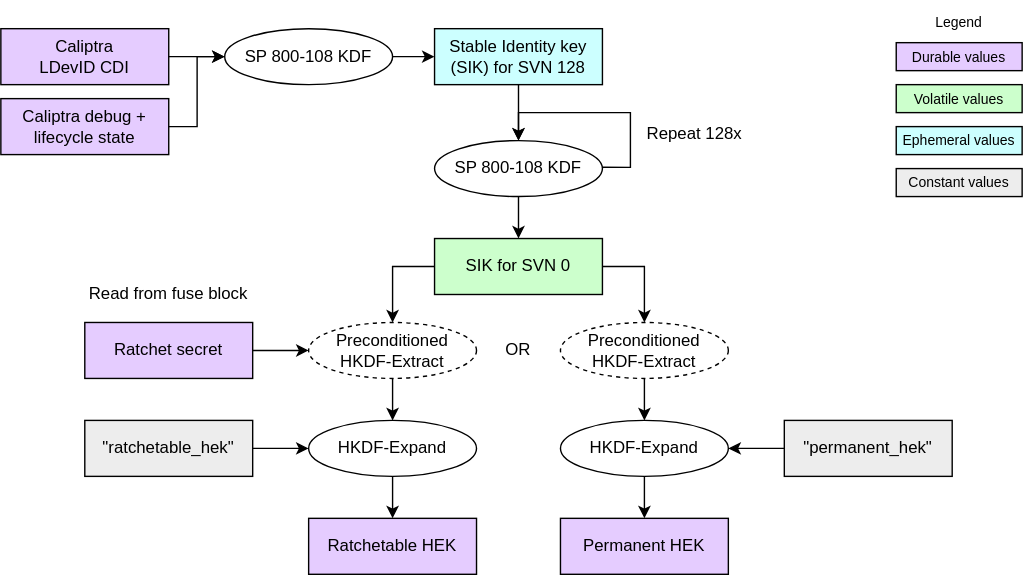
The draw.io diagram doc/ocp_lock/diagrams/hek_derivation.drawio.svg in chipsalliance/Caliptra, before a commit. Source tidied: cells renumbered, new cells last; positions are measured from the earlier drawing's top-left corner, leaving out a move shared by most shapes.
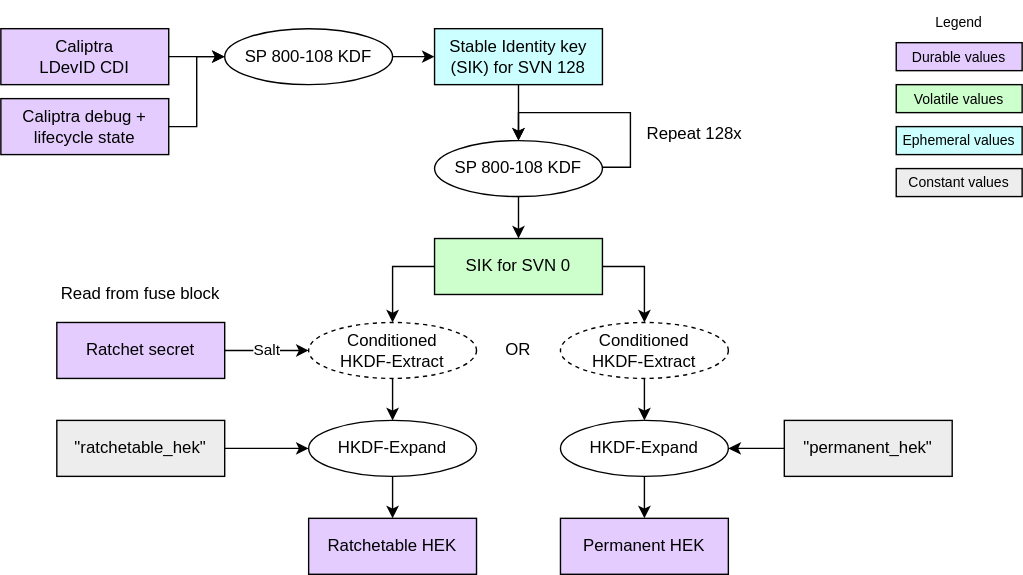
After the change.

Commit message:
Modify the HKDF key mixing operation to use the salt.

Change to the diagram source:
```diff
@@ -2,24 +2,24 @@
   <root>
     <mxCell id="0" />
     <mxCell id="1" parent="0" />
-    <mxCell id="2" value="&lt;div&gt;&lt;span style=&quot;background-color: transparent;&quot;&gt;&lt;font color=&quot;#000000&quot;&gt;SIK&lt;/font&gt; for SVN 0&lt;/span&gt;&lt;/div&gt;" style="rounded=0;whiteSpace=wrap;html=1;align=center;verticalAlign=middle;shadow=0;glass=0;spacingLeft=0;spacingBottom=0;spacingTop=0;fillColor=#CCFFCC;" parent="1" vertex="1">
-      <mxGeometry x="310" y="170" width="120" height="40" as="geometry" />
-    </mxCell>
+    <mxCell id="39" value="&lt;div&gt;&lt;span style=&quot;background-color: transparent;&quot;&gt;&lt;font color=&quot;#000000&quot;&gt;SIK&lt;/font&gt; for SVN 0&lt;/span&gt;&lt;/div&gt;" style="rounded=0;whiteSpace=wrap;html=1;align=center;verticalAlign=middle;shadow=0;glass=0;spacingLeft=0;spacingBottom=0;spacingTop=0;fillColor=#CCFFCC;" parent="1" vertex="1">
+      <mxGeometry x="310" y="170" width="120" height="40" as="geometry" />
+    </mxCell>
     <mxCell id="3" value="&lt;div&gt;&lt;font color=&quot;#000000&quot;&gt;Ratchet&amp;nbsp;&lt;/font&gt;&lt;span style=&quot;background-color: transparent;&quot;&gt;secret&lt;/span&gt;&lt;/div&gt;" style="rounded=0;whiteSpace=wrap;html=1;align=center;verticalAlign=middle;shadow=0;glass=0;spacingLeft=0;spacingBottom=0;spacingTop=0;fillColor=#E5CCFF;" parent="1" vertex="1">
-      <mxGeometry x="60" y="230" width="120" height="40" as="geometry" />
+      <mxGeometry x="40" y="230" width="120" height="40" as="geometry" />
     </mxCell>
-    <mxCell id="4" value="Preconditioned HKDF-Extract" style="ellipse;whiteSpace=wrap;html=1;fillColor=#FFFFFF;dashed=1;" parent="1" vertex="1">
-      <mxGeometry x="220" y="230" width="120" height="40" as="geometry" />
-    </mxCell>
+    <mxCell id="40" value="&lt;span style=&quot;color: rgb(0, 0, 0);&quot;&gt;Conditioned&lt;/span&gt;&lt;div&gt;HKDF-Extract&lt;/div&gt;" style="ellipse;whiteSpace=wrap;html=1;fillColor=#FFFFFF;dashed=1;" parent="1" vertex="1">
+      <mxGeometry x="220" y="230" width="120" height="40" as="geometry" />
+    </mxCell>
     <mxCell id="5" value="HKDF-Expand" style="ellipse;whiteSpace=wrap;html=1;fillColor=#FFFFFF;" parent="1" vertex="1">
       <mxGeometry x="220" y="300" width="120" height="40" as="geometry" />
     </mxCell>
     <mxCell id="6" value="&lt;div&gt;&lt;font color=&quot;#000000&quot;&gt;Ratchetable HEK&lt;/font&gt;&lt;/div&gt;" style="rounded=0;whiteSpace=wrap;html=1;align=center;verticalAlign=middle;shadow=0;glass=0;spacingLeft=0;spacingBottom=0;spacingTop=0;fillColor=#E5CCFF;" parent="1" vertex="1">
       <mxGeometry x="220" y="370" width="120" height="40" as="geometry" />
     </mxCell>
-    <mxCell id="7" style="endArrow=classic;html=1;exitX=0.5;exitY=1;exitDx=0;exitDy=0;entryX=0.5;entryY=0;entryDx=0;entryDy=0;" parent="1" edge="1" source="4" target="5">
-      <mxGeometry relative="1" as="geometry" />
-    </mxCell>
+    <mxCell id="41" style="endArrow=classic;html=1;exitX=0.5;exitY=1;exitDx=0;exitDy=0;entryX=0.5;entryY=0;entryDx=0;entryDy=0;" parent="1" edge="1" source="40" target="5">
+      <mxGeometry relative="1" as="geometry" />
+    </mxCell>
     <mxCell id="8" style="endArrow=classic;html=1;exitX=0.5;exitY=1;exitDx=0;exitDy=0;entryX=0.5;entryY=0;entryDx=0;entryDy=0;" parent="1" edge="1" source="5" target="6">
       <mxGeometry relative="1" as="geometry" />
     </mxCell>
@@ -56,35 +56,35 @@
     <mxCell id="17" style="endArrow=classic;html=1;exitX=1;exitY=0.5;exitDx=0;exitDy=0;entryX=0;entryY=0.5;entryDx=0;entryDy=0;" parent="1" edge="1" source="15" target="9">
       <mxGeometry relative="1" as="geometry" />
     </mxCell>
-    <mxCell id="18" style="endArrow=classic;html=1;exitX=0.5;exitY=1;exitDx=0;exitDy=0;entryX=0.5;entryY=0;entryDx=0;entryDy=0;" parent="1" edge="1" source="11" target="2">
-      <mxGeometry relative="1" as="geometry" />
-    </mxCell>
-    <mxCell id="19" style="edgeStyle=elbowEdgeStyle;endArrow=classic;html=1;rounded=0;endSize=6;startSize=6;exitX=0;exitY=0.5;exitDx=0;exitDy=0;arcSize=20;entryX=0.5;entryY=0;entryDx=0;entryDy=0;elbow=vertical;" parent="1" edge="1" source="2" target="4">
-      <mxGeometry relative="1" as="geometry">
-        <Array as="points">
-          <mxPoint x="290" y="190" />
-        </Array>
-      </mxGeometry>
-    </mxCell>
-    <mxCell id="20" style="edgeStyle=elbowEdgeStyle;endArrow=classic;html=1;rounded=0;endSize=6;startSize=6;exitX=1;exitY=0.5;exitDx=0;exitDy=0;arcSize=20;entryX=0.5;entryY=0;entryDx=0;entryDy=0;elbow=vertical;" parent="1" edge="1" source="2" target="21">
-      <mxGeometry relative="1" as="geometry">
-        <Array as="points">
-          <mxPoint x="460" y="190" />
-        </Array>
-      </mxGeometry>
-    </mxCell>
-    <mxCell id="21" value="&lt;span style=&quot;color: rgb(0, 0, 0);&quot;&gt;Preconditioned&lt;/span&gt;&lt;div&gt;HKDF-Extract&lt;/div&gt;" style="ellipse;whiteSpace=wrap;html=1;fillColor=#FFFFFF;dashed=1;" parent="1" vertex="1">
-      <mxGeometry x="400" y="230" width="120" height="40" as="geometry" />
-    </mxCell>
+    <mxCell id="42" style="endArrow=classic;html=1;exitX=0.5;exitY=1;exitDx=0;exitDy=0;entryX=0.5;entryY=0;entryDx=0;entryDy=0;" parent="1" edge="1" source="11" target="39">
+      <mxGeometry relative="1" as="geometry" />
+    </mxCell>
+    <mxCell id="43" style="edgeStyle=elbowEdgeStyle;endArrow=classic;html=1;rounded=0;endSize=6;startSize=6;exitX=0;exitY=0.5;exitDx=0;exitDy=0;arcSize=20;entryX=0.5;entryY=0;entryDx=0;entryDy=0;elbow=vertical;" parent="1" edge="1" source="39" target="40">
+      <mxGeometry relative="1" as="geometry">
+        <Array as="points">
+          <mxPoint x="290" y="190" />
+        </Array>
+      </mxGeometry>
+    </mxCell>
+    <mxCell id="44" style="edgeStyle=elbowEdgeStyle;endArrow=classic;html=1;rounded=0;endSize=6;startSize=6;exitX=1;exitY=0.5;exitDx=0;exitDy=0;arcSize=20;entryX=0.5;entryY=0;entryDx=0;entryDy=0;elbow=vertical;" parent="1" edge="1" source="39" target="45">
+      <mxGeometry relative="1" as="geometry">
+        <Array as="points">
+          <mxPoint x="460" y="190" />
+        </Array>
+      </mxGeometry>
+    </mxCell>
+    <mxCell id="45" value="&lt;span style=&quot;color: rgb(0, 0, 0);&quot;&gt;Conditioned&lt;/span&gt;&lt;div&gt;HKDF-Extract&lt;/div&gt;" style="ellipse;whiteSpace=wrap;html=1;fillColor=#FFFFFF;dashed=1;" parent="1" vertex="1">
+      <mxGeometry x="400" y="230" width="120" height="40" as="geometry" />
+    </mxCell>
     <mxCell id="22" value="HKDF-Expand" style="ellipse;whiteSpace=wrap;html=1;fillColor=#FFFFFF;" parent="1" vertex="1">
       <mxGeometry x="400" y="300" width="120" height="40" as="geometry" />
     </mxCell>
     <mxCell id="23" value="&lt;div&gt;&lt;font color=&quot;#000000&quot;&gt;Permanent HEK&lt;/font&gt;&lt;/div&gt;" style="rounded=0;whiteSpace=wrap;html=1;align=center;verticalAlign=middle;shadow=0;glass=0;spacingLeft=0;spacingBottom=0;spacingTop=0;fillColor=#E5CCFF;" parent="1" vertex="1">
       <mxGeometry x="400" y="370" width="120" height="40" as="geometry" />
     </mxCell>
-    <mxCell id="24" style="endArrow=classic;html=1;exitX=0.5;exitY=1;exitDx=0;exitDy=0;entryX=0.5;entryY=0;entryDx=0;entryDy=0;" parent="1" edge="1" source="21" target="22">
-      <mxGeometry relative="1" as="geometry" />
-    </mxCell>
+    <mxCell id="46" style="endArrow=classic;html=1;exitX=0.5;exitY=1;exitDx=0;exitDy=0;entryX=0.5;entryY=0;entryDx=0;entryDy=0;" parent="1" edge="1" source="45" target="22">
+      <mxGeometry relative="1" as="geometry" />
+    </mxCell>
     <mxCell id="25" style="endArrow=classic;html=1;exitX=0.5;exitY=1;exitDx=0;exitDy=0;entryX=0.5;entryY=0;entryDx=0;entryDy=0;" parent="1" edge="1" source="22" target="23">
       <mxGeometry relative="1" as="geometry" />
     </mxCell>
@@ -101,7 +101,7 @@
       <mxGeometry x="640" y="90" width="90" height="20" as="geometry" />
     </mxCell>
     <mxCell id="30" value="&lt;div&gt;&lt;font color=&quot;#000000&quot;&gt;&quot;ratchetable_hek&quot;&lt;/font&gt;&lt;/div&gt;" style="rounded=0;whiteSpace=wrap;html=1;align=center;verticalAlign=middle;shadow=0;glass=0;spacingLeft=0;spacingBottom=0;spacingTop=0;fillColor=#EDEDED;" parent="1" vertex="1">
-      <mxGeometry x="60" y="300" width="120" height="40" as="geometry" />
+      <mxGeometry x="40" y="300" width="120" height="40" as="geometry" />
     </mxCell>
     <mxCell id="31" style="endArrow=classic;html=1;exitX=1;exitY=0.5;exitDx=0;exitDy=0;entryX=0;entryY=0.5;entryDx=0;entryDy=0;" parent="1" edge="1" source="30" target="5">
       <mxGeometry relative="1" as="geometry" />
@@ -125,10 +125,10 @@
       <mxGeometry relative="1" as="geometry" />
     </mxCell>
     <mxCell id="38" value="Read from fuse block" style="text;strokeColor=none;align=center;fillColor=none;html=1;verticalAlign=middle;whiteSpace=wrap;rounded=0;fontSize=12;" parent="1" vertex="1">
-      <mxGeometry x="60" y="195" width="120" height="30" as="geometry" />
+      <mxGeometry x="40" y="195" width="120" height="30" as="geometry" />
     </mxCell>
-    <mxCell id="39" style="edgeStyle=orthogonalEdgeStyle;endArrow=classic;html=1;rounded=0;endSize=6;startSize=6;exitX=1;exitY=0.5;exitDx=0;exitDy=0;arcSize=20;entryX=0;entryY=0.5;entryDx=0;entryDy=0;" parent="1" edge="1" source="3" target="4">
-      <mxGeometry relative="1" as="geometry" />
-    </mxCell>
+    <mxCell id="47" value="Salt" style="edgeStyle=orthogonalEdgeStyle;endArrow=classic;html=1;rounded=0;endSize=6;startSize=6;exitX=1;exitY=0.5;exitDx=0;exitDy=0;arcSize=20;entryX=0;entryY=0.5;entryDx=0;entryDy=0;" parent="1" edge="1" source="3" target="40">
+      <mxGeometry relative="1" as="geometry" />
+    </mxCell>
   </root>
 </mxGraphModel>
```
